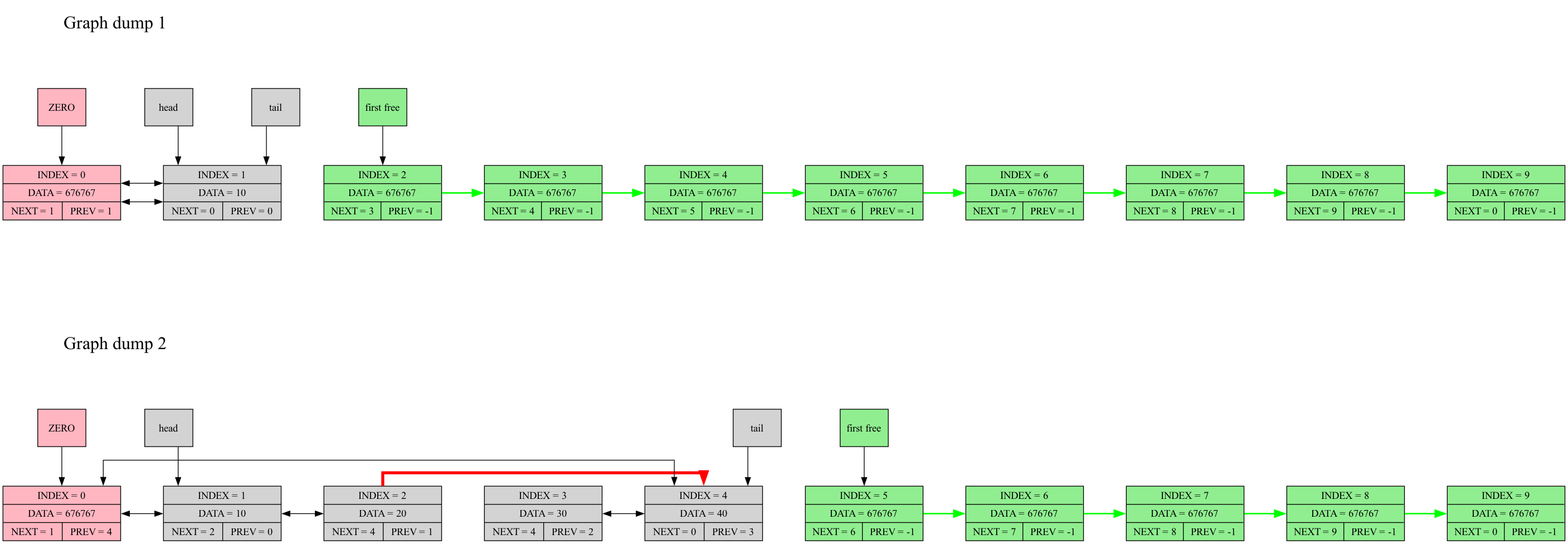
This is graph.png from Leonid256/Linked-List, a Graphviz export, as it was before one commit. Its source is kept beside it as graph.dot.
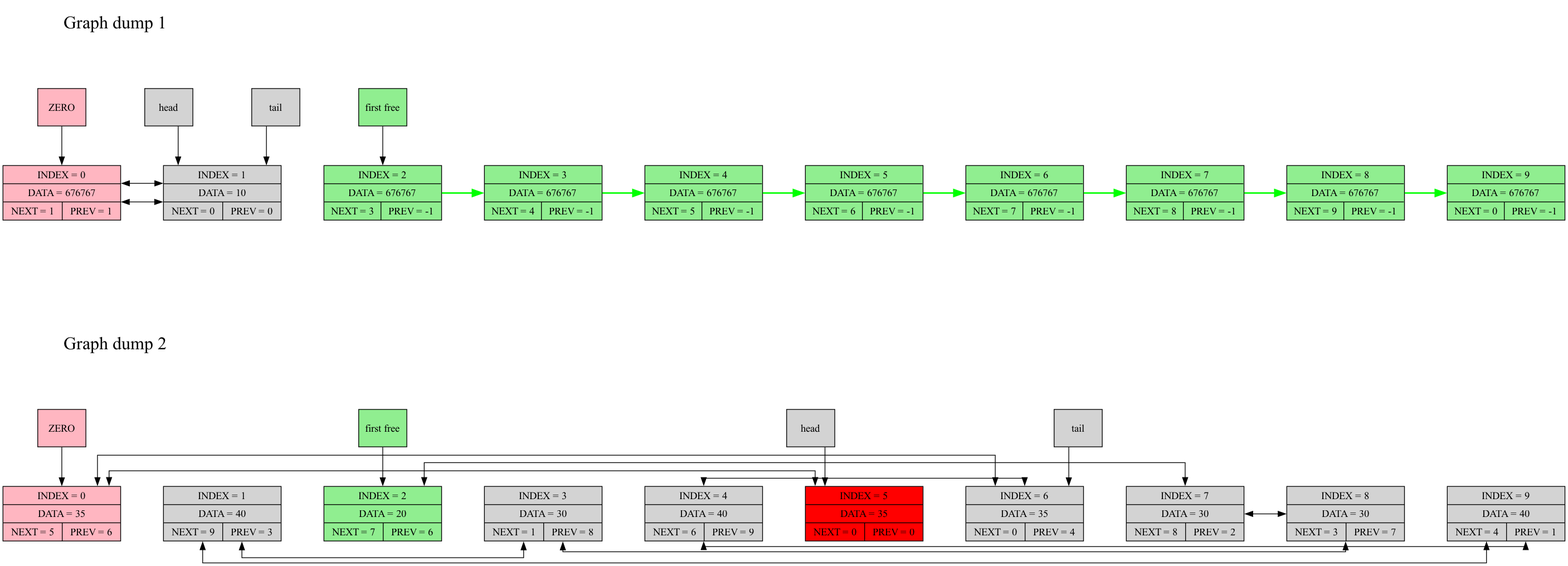
After the change.

What changed in the source:
```diff
@@ -2,60 +2,32 @@
 {
 	splines = ortho;
 	node [shape = record, width = 2.2, height = 0.7];
-	node_0_1 [pos = "0,-6!", style = filled, fillcolor = lightpink, label = "{INDEX = 0 | DATA = 676767 | {NEXT = 1 | PREV = 1}}"];
-	node_1_1 [pos = "3,-6!", style = filled, fillcolor = lightgrey, label = "{INDEX = 1 | DATA = 10 | {NEXT = 0 | PREV = 0}}"];
-	node_2_1 [pos = "6,-6!", style = filled, fillcolor = lightgreen, label = "{INDEX = 2 | DATA = 676767 | {NEXT = 3 | PREV = -1}}"];
-	node_3_1 [pos = "9,-6!", style = filled, fillcolor = lightgreen, label = "{INDEX = 3 | DATA = 676767 | {NEXT = 4 | PREV = -1}}"];
-	node_4_1 [pos = "12,-6!", style = filled, fillcolor = lightgreen, label = "{INDEX = 4 | DATA = 676767 | {NEXT = 5 | PREV = -1}}"];
-	node_5_1 [pos = "15,-6!", style = filled, fillcolor = lightgreen, label = "{INDEX = 5 | DATA = 676767 | {NEXT = 6 | PREV = -1}}"];
-	node_6_1 [pos = "18,-6!", style = filled, fillcolor = lightgreen, label = "{INDEX = 6 | DATA = 676767 | {NEXT = 7 | PREV = -1}}"];
-	node_7_1 [pos = "21,-6!", style = filled, fillcolor = lightgreen, label = "{INDEX = 7 | DATA = 676767 | {NEXT = 8 | PREV = -1}}"];
+	node_0_1 [pos = "0,-6!", style = filled, fillcolor = lightpink, label = "{INDEX = 0 | DATA = 676767 | {NEXT = 1 | PREV = 2}}"];
+	node_1_1 [pos = "3,-6!", style = filled, fillcolor = lightgrey, label = "{INDEX = 1 | DATA = 10 | {NEXT = 7 | PREV = 0}}"];
+	node_2_1 [pos = "6,-6!", style = filled, fillcolor = lightgrey, label = "{INDEX = 2 | DATA = 40 | {NEXT = 0 | PREV = 3}}"];
+	node_3_1 [pos = "9,-6!", style = filled, fillcolor = lightgrey, label = "{INDEX = 3 | DATA = 35 | {NEXT = 2 | PREV = 5}}"];
+	node_4_1 [pos = "12,-6!", style = filled, fillcolor = lightgrey, label = "{INDEX = 4 | DATA = 40 | {NEXT = 5 | PREV = 6}}"];
+	node_5_1 [pos = "15,-6!", style = filled, fillcolor = lightgrey, label = "{INDEX = 5 | DATA = 35 | {NEXT = 3 | PREV = 4}}"];
+	node_6_1 [pos = "18,-6!", style = filled, fillcolor = lightgrey, label = "{INDEX = 6 | DATA = 99 | {NEXT = 4 | PREV = 7}}"];
+	node_7_1 [pos = "21,-6!", style = filled, fillcolor = lightgrey, label = "{INDEX = 7 | DATA = 52 | {NEXT = 6 | PREV = 1}}"];
 	node_8_1 [pos = "24,-6!", style = filled, fillcolor = lightgreen, label = "{INDEX = 8 | DATA = 676767 | {NEXT = 9 | PREV = -1}}"];
 	node_9_1 [pos = "27,-6!", style = filled, fillcolor = lightgreen, label = "{INDEX = 9 | DATA = 676767 | {NEXT = 0 | PREV = -1}}"];
  node_0_1; node_1_1; node_2_1; node_3_1; node_4_1; node_5_1; node_6_1; node_7_1; node_8_1; node_9_1;	title_1 [shape = plaintext, fontsize = 24, pos = "1,-2.8!", label = "Graph dump 1"];
 	label_0_1 [width = 0.9, style = filled, fillcolor = lightpink, pos = "0,-4.4!", label = "ZERO"];
-	label_free_1 [width = 0.9, style = filled, fillcolor = lightgreen, pos = "6,-4.4!", label = "first free"];
+	label_free_1 [width = 0.9, style = filled, fillcolor = lightgreen, pos = "24,-4.4!", label = "first free"];
 	label_head_1 [width = 0.9, style = filled, pos = "2.0,-4.4!", label = "head"];
-	label_tail_1 [width = 0.9, style = filled, pos = "4.0,-4.4!", label = "tail"];
+	label_tail_1 [width = 0.9, style = filled, pos = "7.0,-4.4!", label = "tail"];
 	node_0_1 -> node_1_1 [dir = both, constraint = false];
-	node_1_1 -> node_0_1 [dir = both, constraint = false];
-	node_2_1 -> node_3_1 [color = green, constraint = false, penwidth = 2, arrowsize = 1.3];
-	node_3_1 -> node_4_1 [color = green, constraint = false, penwidth = 2, arrowsize = 1.3];
-	node_4_1 -> node_5_1 [color = green, constraint = false, penwidth = 2, arrowsize = 1.3];
-	node_5_1 -> node_6_1 [color = green, constraint = false, penwidth = 2, arrowsize = 1.3];
-	node_6_1 -> node_7_1 [color = green, constraint = false, penwidth = 2, arrowsize = 1.3];
-	node_7_1 -> node_8_1 [color = green, constraint = false, penwidth = 2, arrowsize = 1.3];
+	node_1_1 -> node_7_1 [dir = both, constraint = false];
+	node_2_1 -> node_0_1 [dir = both, constraint = false];
+	node_3_1 -> node_2_1 [dir = both, constraint = false];
+	node_4_1 -> node_5_1 [dir = both, constraint = false];
+	node_5_1 -> node_3_1 [dir = both, constraint = false];
+	node_6_1 -> node_4_1 [dir = both, constraint = false];
+	node_7_1 -> node_6_1 [dir = both, constraint = false];
 	node_8_1 -> node_9_1 [color = green, constraint = false, penwidth = 2, arrowsize = 1.3];
 	label_0_1 -> node_0_1;
-	label_free_1 -> node_2_1;
+	label_free_1 -> node_8_1;
 	label_head_1 -> node_1_1;
-	label_tail_1 -> node_1_1;
-	node_0_2 [pos = "0,-12!", style = filled, fillcolor = lightpink, label = "{INDEX = 0 | DATA = 676767 | {NEXT = 1 | PREV = 4}}"];
-	node_1_2 [pos = "3,-12!", style = filled, fillcolor = lightgrey, label = "{INDEX = 1 | DATA = 10 | {NEXT = 2 | PREV = 0}}"];
-	node_2_2 [pos = "6,-12!", style = filled, fillcolor = lightgrey, label = "{INDEX = 2 | DATA = 20 | {NEXT = 4 | PREV = 1}}"];
-	node_3_2 [pos = "9,-12!", style = filled, fillcolor = lightgrey, label = "{INDEX = 3 | DATA = 30 | {NEXT = 4 | PREV = 2}}"];
-	node_4_2 [pos = "12,-12!", style = filled, fillcolor = lightgrey, label = "{INDEX = 4 | DATA = 40 | {NEXT = 0 | PREV = 3}}"];
-	node_5_2 [pos = "15,-12!", style = filled, fillcolor = lightgreen, label = "{INDEX = 5 | DATA = 676767 | {NEXT = 6 | PREV = -1}}"];
-	node_6_2 [pos = "18,-12!", style = filled, fillcolor = lightgreen, label = "{INDEX = 6 | DATA = 676767 | {NEXT = 7 | PREV = -1}}"];
-	node_7_2 [pos = "21,-12!", style = filled, fillcolor = lightgreen, label = "{INDEX = 7 | DATA = 676767 | {NEXT = 8 | PREV = -1}}"];
-	node_8_2 [pos = "24,-12!", style = filled, fillcolor = lightgreen, label = "{INDEX = 8 | DATA = 676767 | {NEXT = 9 | PREV = -1}}"];
-	node_9_2 [pos = "27,-12!", style = filled, fillcolor = lightgreen, label = "{INDEX = 9 | DATA = 676767 | {NEXT = 0 | PREV = -1}}"];
- node_0_2; node_1_2; node_2_2; node_3_2; node_4_2; node_5_2; node_6_2; node_7_2; node_8_2; node_9_2;	title_2 [shape = plaintext, fontsize = 24, pos = "1,-8.8!", label = "Graph dump 2"];
-	label_0_2 [width = 0.9, style = filled, fillcolor = lightpink, pos = "0,-10.4!", label = "ZERO"];
-	label_free_2 [width = 0.9, style = filled, fillcolor = lightgreen, pos = "15,-10.4!", label = "first free"];
-	label_head_2 [width = 0.9, style = filled, pos = "2.0,-10.4!", label = "head"];
-	label_tail_2 [width = 0.9, style = filled, pos = "13.0,-10.4!", label = "tail"];
-	node_0_2 -> node_1_2 [dir = both, constraint = false];
-	node_1_2 -> node_2_2 [dir = both, constraint = false];
-	node_2_2 -> node_4_2 [color = red, constraint = false, penwidth = 4, arrowsize = 1.3];
-	node_3_2 -> node_4_2 [dir = both, constraint = false];
-	node_4_2 -> node_0_2 [dir = both, constraint = false];
-	node_5_2 -> node_6_2 [color = green, constraint = false, penwidth = 2, arrowsize = 1.3];
-	node_6_2 -> node_7_2 [color = green, constraint = false, penwidth = 2, arrowsize = 1.3];
-	node_7_2 -> node_8_2 [color = green, constraint = false, penwidth = 2, arrowsize = 1.3];
-	node_8_2 -> node_9_2 [color = green, constraint = false, penwidth = 2, arrowsize = 1.3];
-	label_0_2 -> node_0_2;
-	label_free_2 -> node_5_2;
-	label_head_2 -> node_1_2;
-	label_tail_2 -> node_4_2;
+	label_tail_1 -> node_2_1;
 }
```
